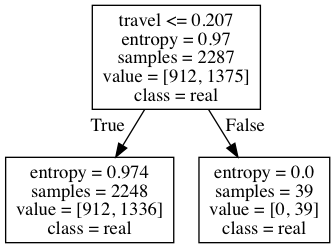
The Graphviz diagram tree1.png in derekli19951103/MLa3, before a commit. Its source is kept beside it as tree1.dot.
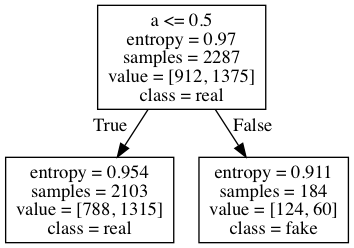
The same diagram one commit later.

The edit, as a diff of the source:
```diff
@@ -1,8 +1,8 @@
 digraph Tree {
 node [shape=box] ;
-0 [label="travel <= 0.207\nentropy = 0.97\nsamples = 2287\nvalue = [912, 1375]\nclass = real"] ;
-1 [label="entropy = 0.974\nsamples = 2248\nvalue = [912, 1336]\nclass = real"] ;
+0 [label="a <= 0.5\nentropy = 0.97\nsamples = 2287\nvalue = [912, 1375]\nclass = real"] ;
+1 [label="entropy = 0.954\nsamples = 2103\nvalue = [788, 1315]\nclass = real"] ;
 0 -> 1 [labeldistance=2.5, labelangle=45, headlabel="True"] ;
-2 [label="entropy = 0.0\nsamples = 39\nvalue = [0, 39]\nclass = real"] ;
+2 [label="entropy = 0.911\nsamples = 184\nvalue = [124, 60]\nclass = fake"] ;
 0 -> 2 [labeldistance=2.5, labelangle=-45, headlabel="False"] ;
 }
```
